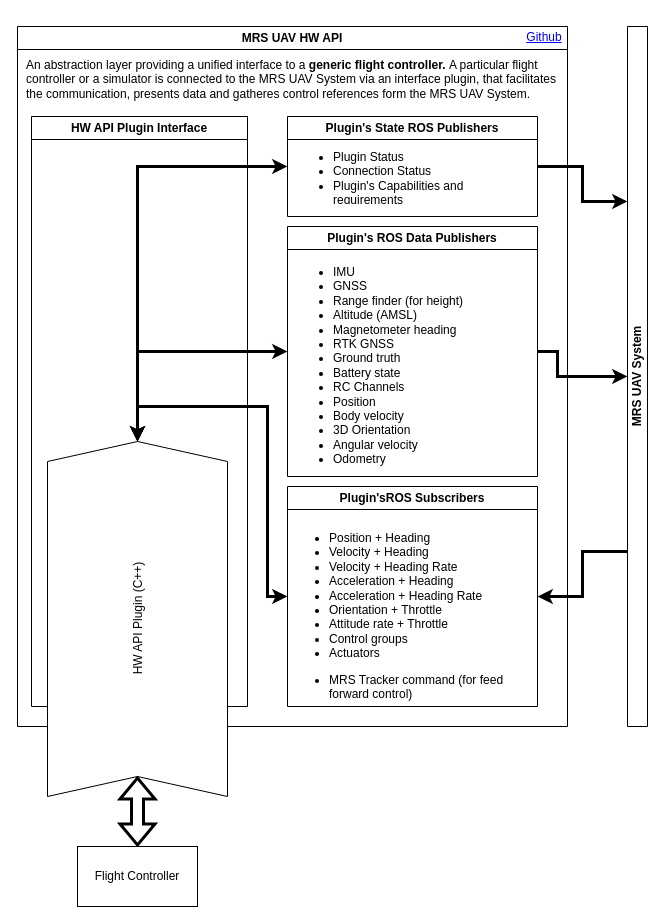
This is .fig/hw_api.drawio from ctu-mrs/mrs_uav_hw_api, a draw.io file, before an edit. Source tidied: cells renumbered, new cells numbered last; positions are measured from the earlier drawing's top-left corner, leaving out a move shared by most shapes. Both pictures are drawn from the tidied source at 100%, with x=0, y=0 at pixel (-41, 17).
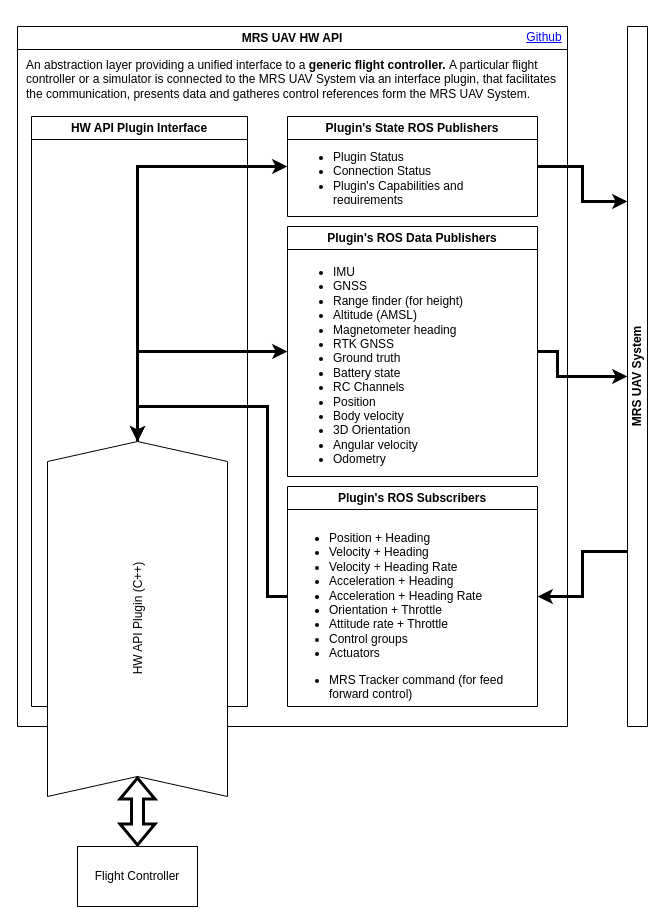
Above is the later version.

Unchanged cells that the change refers to:
```xml
<mxCell id="2" value="MRS UAV HW API" style="swimlane;whiteSpace=wrap;html=1;fillColor=none;glass=0;labelBackgroundColor=default;" parent="1" vertex="1">
  <mxGeometry x="58" y="9" width="550" height="700" as="geometry" />
</mxCell>
<mxCell id="15" value="HW API Plugin (C++)" style="shape=step;perimeter=stepPerimeter;whiteSpace=wrap;html=1;fixedSize=1;rotation=-90;flipV=0;verticalAlign=middle;" parent="1" vertex="1">
  <mxGeometry x="0.5" y="511.5" width="355" height="180" as="geometry" />
</mxCell>
```

What changed in the source:
```diff
@@
-    <mxCell id="5" value="Plugin'sROS Subscribers" style="swimlane;whiteSpace=wrap;html=1;" parent="2" vertex="1">
+    <mxCell id="5" value="Plugin's ROS Subscribers" style="swimlane;whiteSpace=wrap;html=1;" parent="2" vertex="1">
       <mxGeometry x="270" y="460" width="250" height="220" as="geometry" />
     </mxCell>
@@
-    <mxCell id="18" style="edgeStyle=orthogonalEdgeStyle;rounded=0;jettySize=auto;html=1;exitX=0;exitY=0.5;exitDx=0;exitDy=0;entryX=1;entryY=0.5;entryDx=0;entryDy=0;startArrow=classic;startFill=1;strokeWidth=3;" parent="1" edge="1" source="5" target="15">
+    <mxCell id="18" style="edgeStyle=orthogonalEdgeStyle;rounded=0;jettySize=auto;html=1;exitX=0;exitY=0.5;exitDx=0;exitDy=0;entryX=1;entryY=0.5;entryDx=0;entryDy=0;startArrow=none;startFill=0;strokeWidth=3;endArrow=none;endFill=0;" parent="1" edge="1" source="5" target="15">
       <mxGeometry relative="1" as="geometry">
         <Array as="points">
           <mxPoint x="308" y="579" />
           <mxPoint x="308" y="389" />
           <mxPoint x="178" y="389" />
         </Array>
       </mxGeometry>
     </mxCell>
```
